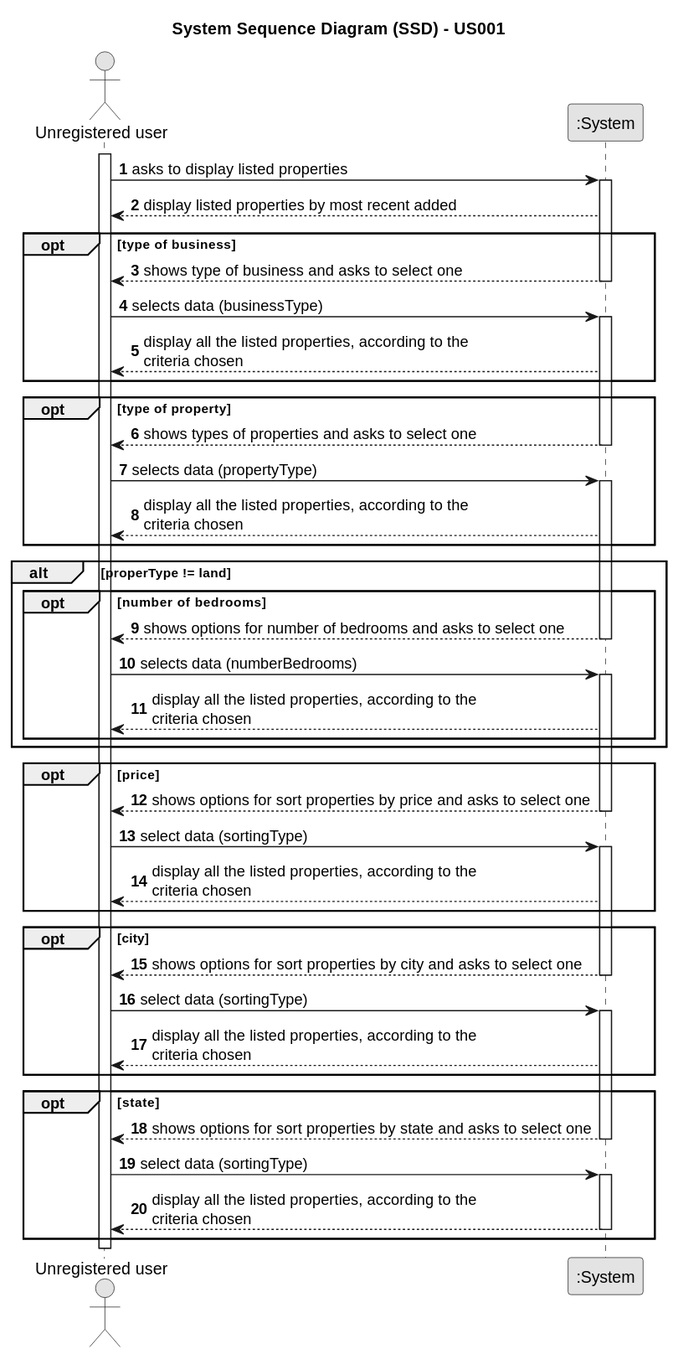
rita-barbosa/LAPR2-2223 keeps this PlantUML diagram as docs/sprintB/us001/01.requirements-engineering/svg/us001-system-sequence-diagram.svg. Above is the earlier version.
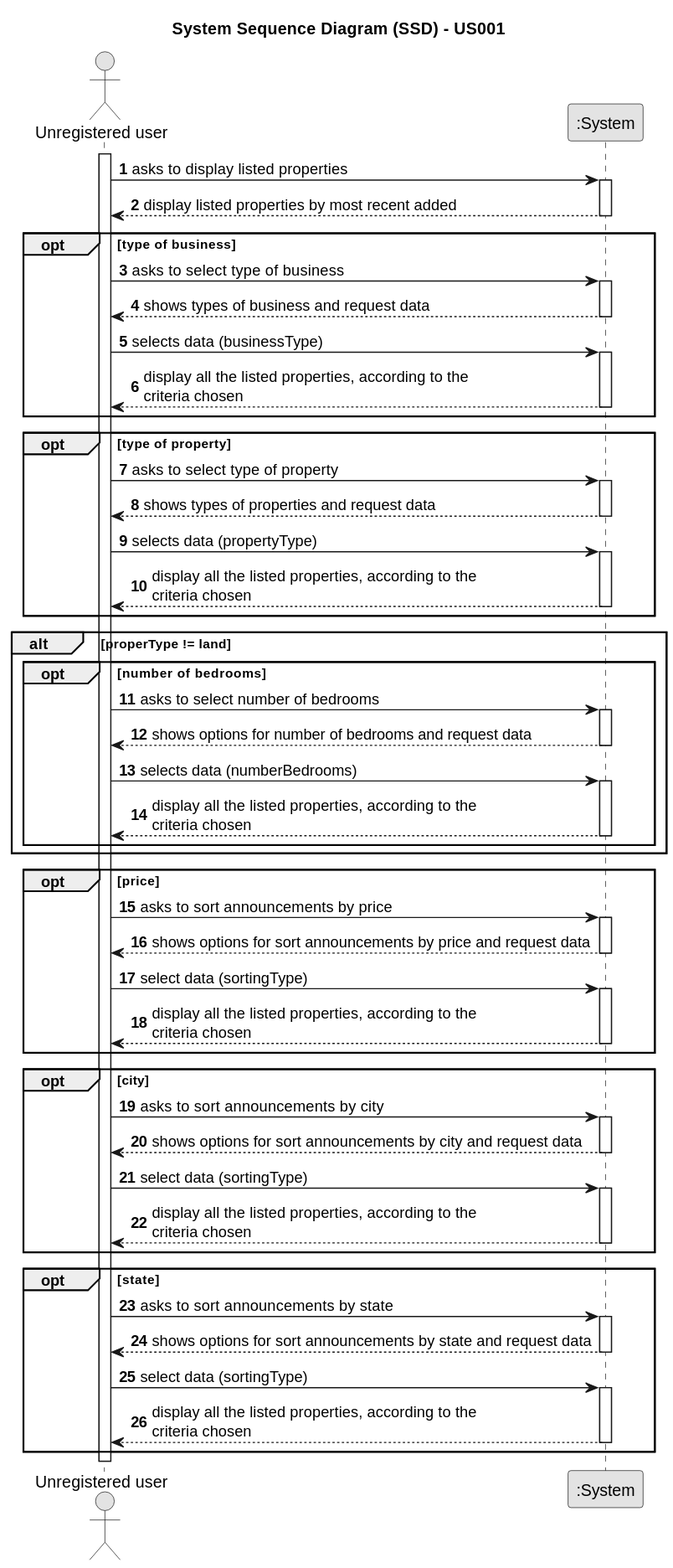
Above is the later version.

Change to the diagram source:
```diff
@@ -16,68 +16,87 @@
     activate System
 
     System --> User : display listed properties by most recent added
+    deactivate System
 
     opt type of business
-        System --> User : shows type of business and asks to select one
+        User -> System : asks to select type of business
+        activate System
+
+        System --> User : shows types of business and request data
         deactivate System
 
         User -> System : selects data (businessType)
         activate System
 
         System --> User : display all the listed properties, according to the \ncriteria chosen
-
+        deactivate System
     end
 
     opt type of property
-        System --> User : shows types of properties and asks to select one
+        User -> System : asks to select type of property
+        activate System
+
+        System --> User : shows types of properties and request data
         deactivate System
 
         User -> System : selects data (propertyType)
         activate System
 
         System --> User : display all the listed properties, according to the \ncriteria chosen
-
+        deactivate System
     end
 
     alt properType != land
 
         opt number of bedrooms
-            System --> User : shows options for number of bedrooms and asks to select one
+            User -> System : asks to select number of bedrooms
+            activate System
+
+            System --> User : shows options for number of bedrooms and request data
             deactivate System
 
             User -> System : selects data (numberBedrooms)
             activate System
 
             System --> User : display all the listed properties, according to the \ncriteria chosen
-
+            deactivate System
         end
 
     end
 
     opt price
-        System --> User : shows options for sort properties by price and asks to select one
+        User -> System : asks to sort announcements by price
+        activate System
+
+        System --> User : shows options for sort announcements by price and request data
         deactivate System
 
         User -> System : select data (sortingType)
         activate System
 
         System --> User : display all the listed properties, according to the \ncriteria chosen
-
+        deactivate System
     end
 
     opt city
-        System --> User : shows options for sort properties by city and asks to select one
+        User -> System : asks to sort announcements by city
+        activate System
+
+        System --> User : shows options for sort announcements by city and request data
         deactivate System
 
         User -> System : select data (sortingType)
         activate System
 
         System --> User : display all the listed properties, according to the \ncriteria chosen
-
+        deactivate System
     end
 
     opt state
-        System --> User :  shows options for sort properties by state and asks to select one
+        User -> System : asks to sort announcements by state
+        activate System
+
+        System --> User :  shows options for sort announcements by state and request data
         deactivate System
 
         User -> System : select data (sortingType)
```
